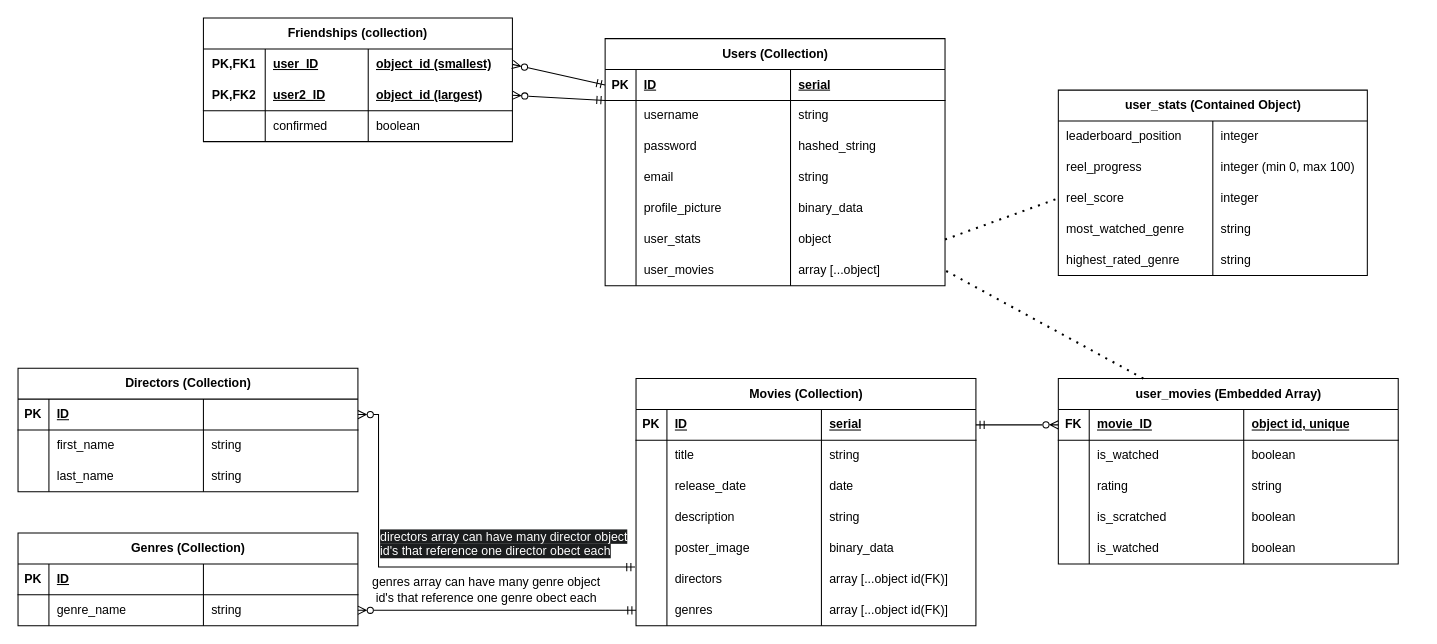
This is erd_diagrams/physical_erd.drawio from CoderAcademy-DEV-MERN-Group/DEV1003-Assessment01, a draw.io file, before an edit. Source tidied: cells renumbered, new cells numbered last; positions are measured from the earlier drawing's top-left corner, leaving out a move shared by most shapes. Both pictures are drawn from the tidied source at 103%, with x=0, y=0 at pixel (18, 18).
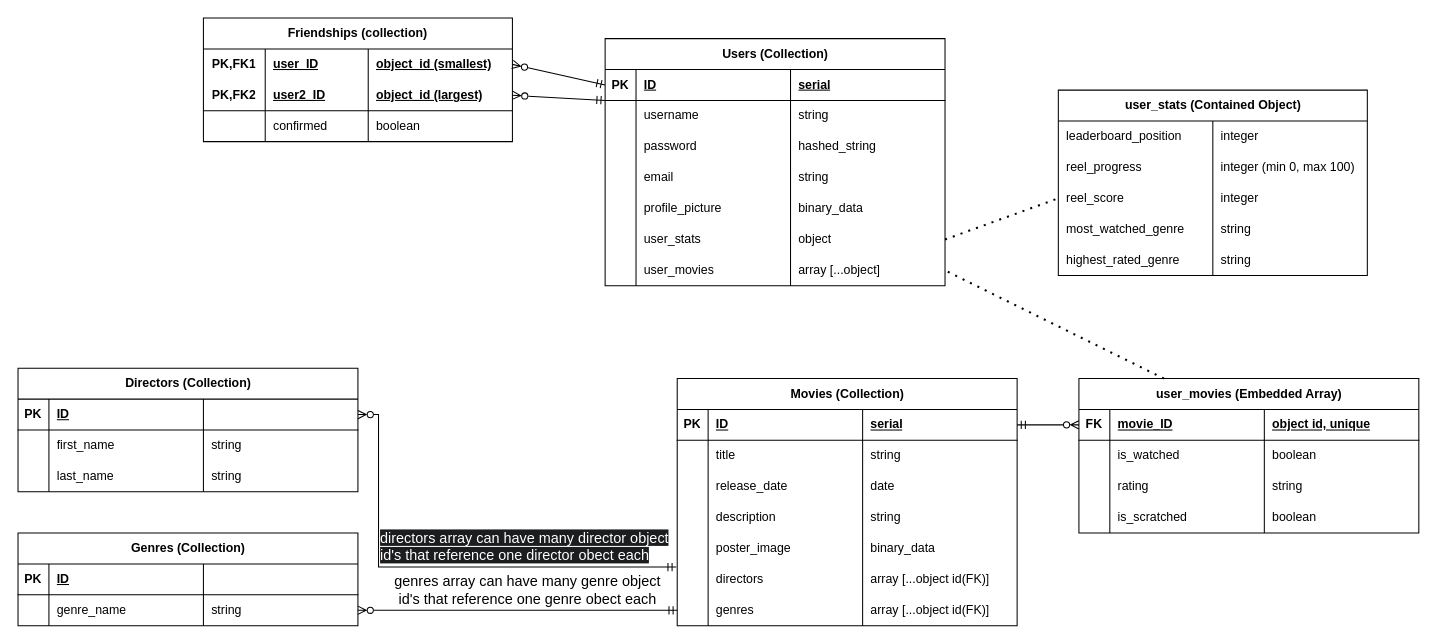
The same page after the edit.

Commit message (it also covers changes not shown here):
fix: removed conceptual erd, removed duplicate 'is_watched' row from user_movies collection

The edit, as a diff of the source:
```diff
@@
     <mxCell id="63" value="user_movies (Embedded Array)" style="shape=table;startSize=30;childLayout=tableLayout;rowLines=0;fontStyle=1;align=center;html=1;" parent="1" vertex="1">
-      <mxGeometry x="1010" y="350" width="330" height="180" as="geometry" />
+      <mxGeometry x="1030" y="350" width="330" height="150" as="geometry" />
     </mxCell>
@@
-    <mxCell id="80" style="shape=tableRow;horizontal=0;startSize=0;swimlaneHead=0;swimlaneBody=0;fillColor=none;top=0;left=0;right=0;bottom=0;" parent="63" vertex="1">
-      <mxGeometry y="150" width="330" height="30" as="geometry" />
-    </mxCell>
-    <mxCell id="81" style="shape=partialRectangle;fillColor=none;top=0;left=0;bottom=0;right=0;overflow=hidden;whiteSpace=wrap;html=1;" parent="80" vertex="1">
-      <mxGeometry width="30" height="30" as="geometry" />
-    </mxCell>
-    <mxCell id="82" value="is_watched" style="shape=partialRectangle;fillColor=none;top=0;left=0;bottom=0;right=0;align=left;spacingLeft=6;overflow=hidden;whiteSpace=wrap;html=1;" parent="80" vertex="1">
-      <mxGeometry x="30" width="150" height="30" as="geometry" />
-    </mxCell>
-    <mxCell id="83" value="boolean" style="shape=partialRectangle;fillColor=none;top=0;left=0;bottom=0;right=0;align=left;spacingLeft=6;overflow=hidden;whiteSpace=wrap;html=1;" parent="80" vertex="1">
-      <mxGeometry x="180" width="150" height="30" as="geometry" />
-    </mxCell>
@@
     <mxCell id="85" value="Movies (Collection)" style="shape=table;startSize=30;childLayout=tableLayout;rowLines=0;fontStyle=1;align=center;html=1;" parent="1" vertex="1">
-      <mxGeometry x="600" y="350" width="330" height="240" as="geometry" />
+      <mxGeometry x="640" y="350" width="330" height="240" as="geometry" />
     </mxCell>
@@
-    <mxCell id="125" value="genres array can have many genre object id's that reference one genre obect each" style="text;html=1;align=center;verticalAlign=middle;whiteSpace=wrap;rounded=0;" parent="1" vertex="1">
-      <mxGeometry x="340" y="540" width="230" height="30" as="geometry" />
+    <mxCell id="125" value="genres array can have many genre object id's that reference one genre obect each" style="text;html=1;align=center;verticalAlign=middle;whiteSpace=wrap;rounded=0;fontSize=14;" parent="1" vertex="1">
+      <mxGeometry x="360" y="540" width="270" height="30" as="geometry" />
     </mxCell>
@@
-    <mxCell id="140" value="&lt;span style=&quot;color: rgb(255, 255, 255); font-family: Helvetica; font-size: 12px; font-style: normal; font-variant-ligatures: normal; font-variant-caps: normal; font-weight: 400; letter-spacing: normal; orphans: 2; text-align: center; text-indent: 0px; text-transform: none; widows: 2; word-spacing: 0px; -webkit-text-stroke-width: 0px; white-space: normal; background-color: rgb(27, 29, 30); text-decoration-thickness: initial; text-decoration-style: initial; text-decoration-color: initial; display: inline !important; float: none;&quot;&gt;directors array can have many director object id's that reference one director obect each&lt;/span&gt;" style="text;whiteSpace=wrap;html=1;" parent="1" vertex="1">
-      <mxGeometry x="350" y="490" width="250" height="40" as="geometry" />
+    <mxCell id="140" value="&lt;span style=&quot;color: rgb(255, 255, 255); font-family: Helvetica; font-style: normal; font-variant-ligatures: normal; font-variant-caps: normal; font-weight: 400; letter-spacing: normal; orphans: 2; text-align: center; text-indent: 0px; text-transform: none; widows: 2; word-spacing: 0px; -webkit-text-stroke-width: 0px; white-space: normal; background-color: rgb(27, 29, 30); text-decoration-thickness: initial; text-decoration-style: initial; text-decoration-color: initial; float: none; display: inline !important;&quot;&gt;directors array can have many director object id's that reference one director obect each&lt;/span&gt;" style="text;whiteSpace=wrap;html=1;fontSize=14;" parent="1" vertex="1">
+      <mxGeometry x="350" y="490" width="290" height="40" as="geometry" />
     </mxCell>
```
